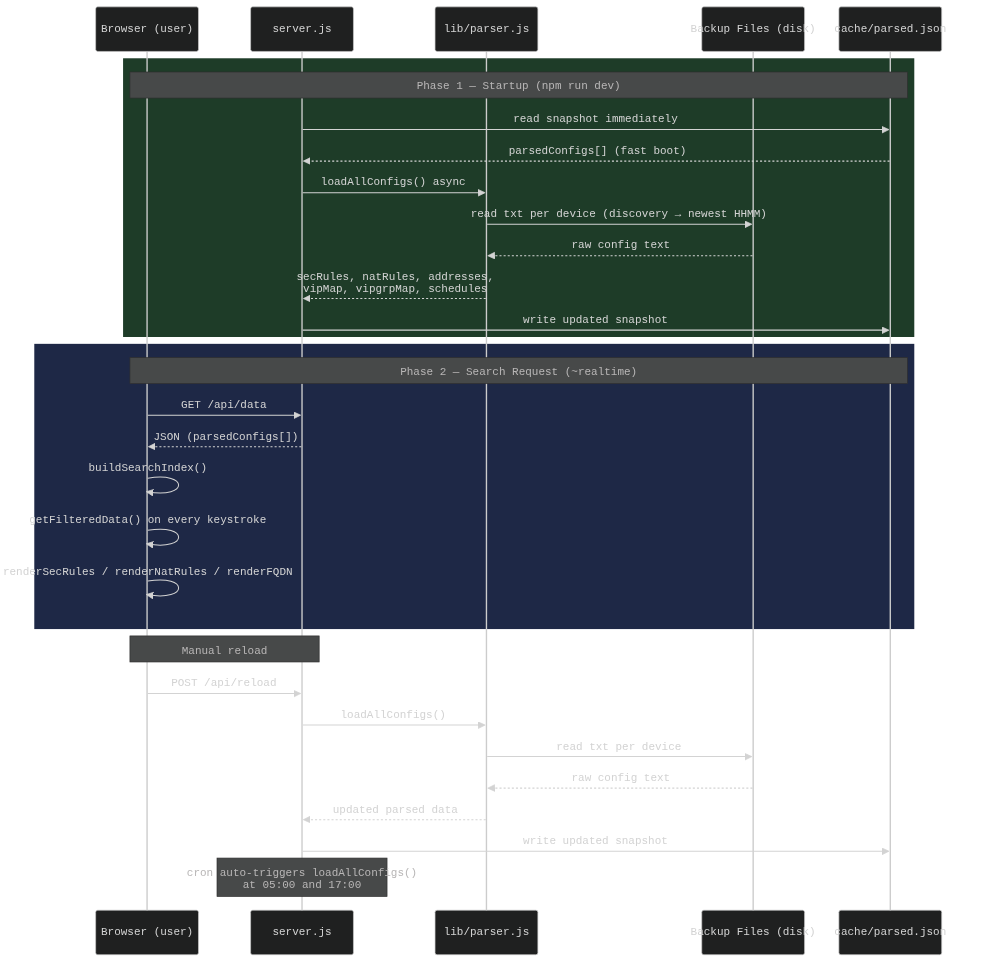
The Mermaid diagram docs/sequence.png in ccclll1228/NetSearch_claude_sqlite, before a commit. Its source is kept beside it as docs/sequence.mmd.
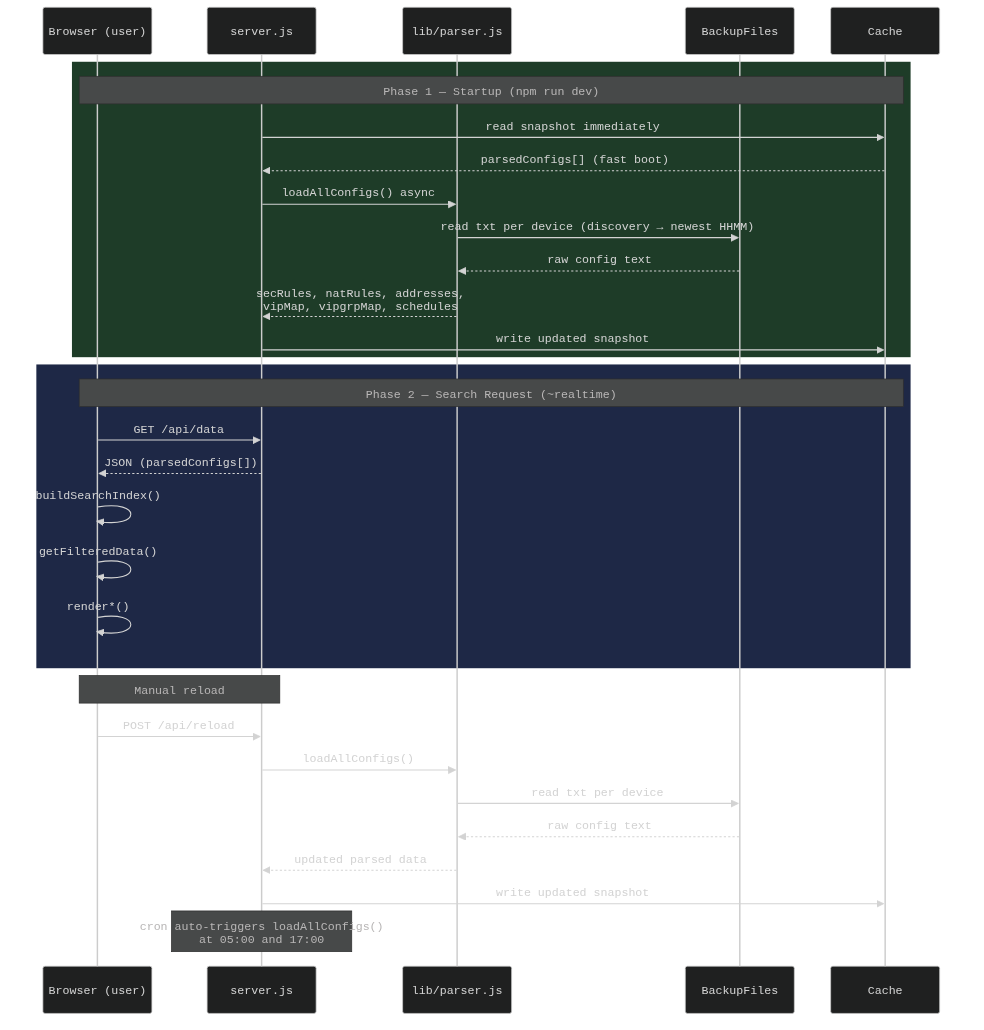
The same diagram one commit later.

Commit message:
docs: shorten sequence diagram participant names and self-loop labels

What changed in the source:
```diff
@@ -3,8 +3,8 @@
     participant BR as Browser (user)
     participant SV as server.js
     participant PA as lib/parser.js
-    participant BF as Backup Files (disk)
-    participant CA as cache/parsed.json
+    participant BF as BackupFiles
+    participant CA as Cache
 
     rect rgb(30, 60, 40)
         Note over BR,CA: Phase 1 — Startup (npm run dev)
@@ -22,8 +22,8 @@
         BR->>SV: GET /api/data
         SV-->>BR: JSON (parsedConfigs[])
         BR->>BR: buildSearchIndex()
-        BR->>BR: getFilteredData() on every keystroke
-        BR->>BR: renderSecRules / renderNatRules / renderFQDN
+        BR->>BR: getFilteredData()
+        BR->>BR: render*()
     end
 
     Note over BR,SV: Manual reload
```
